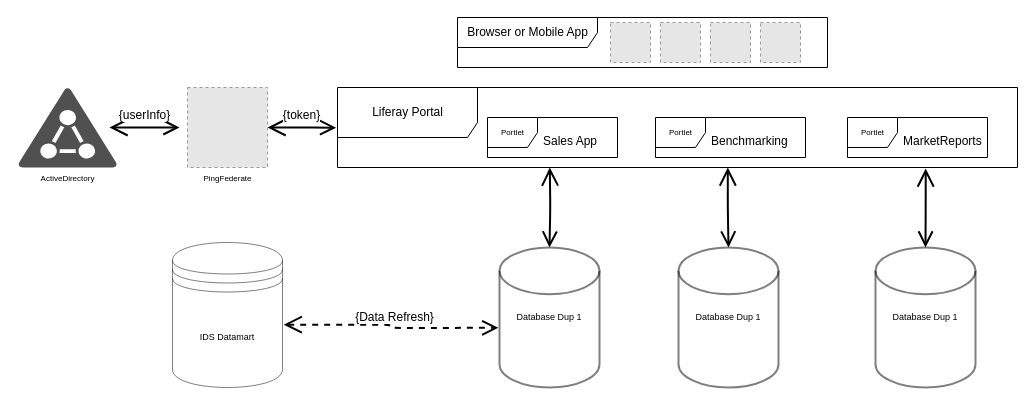
This is page "Legacy" (1 of 2) of docs/Untitled Diagram.drawio from JuanyongZhang/leetcode, a draw.io file, before an edit. Source tidied: cells renumbered, new cells numbered last; positions are measured from the earlier drawing's top-left corner, leaving out a move shared by most shapes. Both pictures are drawn from the tidied source at 100%, with x=0, y=0 at pixel (17, 17). Pictures stored in the file or linked from it are replaced by grey dashed boxes.
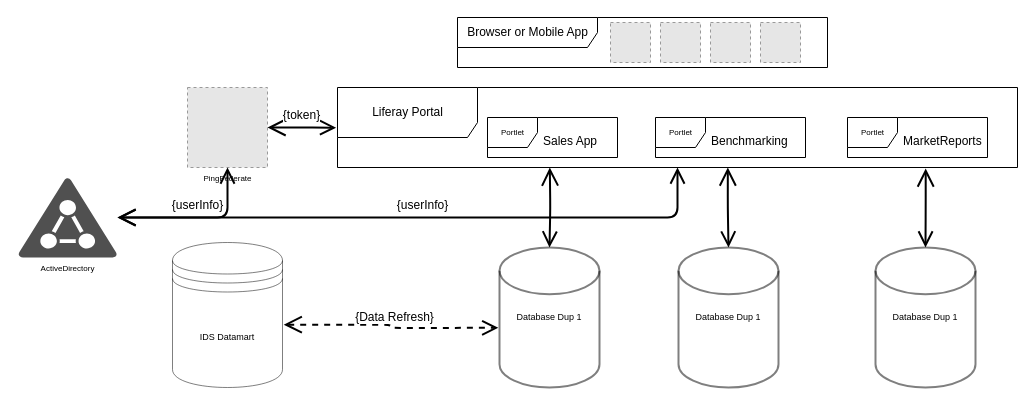
The same diagram, later.

The change refers to these unchanged cells:
```xml
<mxCell id="7" value="Liferay Portal" style="shape=umlFrame;tabWidth=110;tabHeight=30;tabPosition=left;html=1;boundedLbl=1;labelInHeader=1;width=140;height=50;" parent="1" vertex="1">
  <mxGeometry x="320" y="70" width="680" height="80" as="geometry" />
</mxCell>
<mxCell id="14" value="PingFederate" style="fillColor=#E6E6E6;strokeColor=#999999;dashed=1;html=1;verticalAlign=top;verticalLabelPosition=bottom;labelBackgroundColor=#ffffff;fontSize=8;align=center;" parent="1" vertex="1">
  <mxGeometry x="170" y="70" width="80" height="80" as="geometry" />
</mxCell>
```

What changed in the source:
```diff
@@
     <mxCell id="15" value="ActiveDirectory" style="shadow=0;dashed=0;html=1;strokeColor=none;fillColor=#505050;labelPosition=center;verticalLabelPosition=bottom;verticalAlign=top;outlineConnect=0;align=center;shape=mxgraph.office.security.active_directory;fontSize=8;" parent="1" vertex="1">
-      <mxGeometry y="70" width="100" height="80" as="geometry" />
+      <mxGeometry y="160" width="100" height="80" as="geometry" />
     </mxCell>
-    <mxCell id="16" value="&lt;font style=&quot;font-size: 12px;&quot;&gt;{userInfo}&lt;/font&gt;" style="endArrow=open;html=1;endSize=12;startArrow=open;startSize=14;startFill=0;edgeStyle=orthogonalEdgeStyle;align=center;verticalAlign=bottom;endFill=0;strokeWidth=2;fillColor=#ffffff;fontSize=12;" parent="1" edge="1">
-      <mxGeometry y="3" relative="1" as="geometry">
-        <mxPoint x="92" y="110" as="sourcePoint" />
-        <mxPoint x="162" y="110" as="targetPoint" />
-      </mxGeometry>
+    <mxCell id="16" value="&lt;font style=&quot;font-size: 12px;&quot;&gt;{userInfo}&lt;/font&gt;" style="endArrow=open;html=1;endSize=12;startArrow=open;startSize=14;startFill=0;edgeStyle=orthogonalEdgeStyle;align=center;verticalAlign=bottom;endFill=0;strokeWidth=2;fillColor=#ffffff;fontSize=12;" parent="1" edge="1" source="15" target="14">
+      <mxGeometry y="3" relative="1" as="geometry" />
     </mxCell>
@@
+    <mxCell id="26" value="&lt;font style=&quot;font-size: 12px;&quot;&gt;{userInfo}&lt;/font&gt;" style="endArrow=open;html=1;endSize=12;startArrow=open;startSize=14;startFill=0;edgeStyle=orthogonalEdgeStyle;align=center;verticalAlign=bottom;endFill=0;strokeWidth=2;fillColor=#ffffff;fontSize=12;" parent="1" edge="1" source="15" target="7">
+      <mxGeometry y="3" relative="1" as="geometry" />
+    </mxCell>
```
